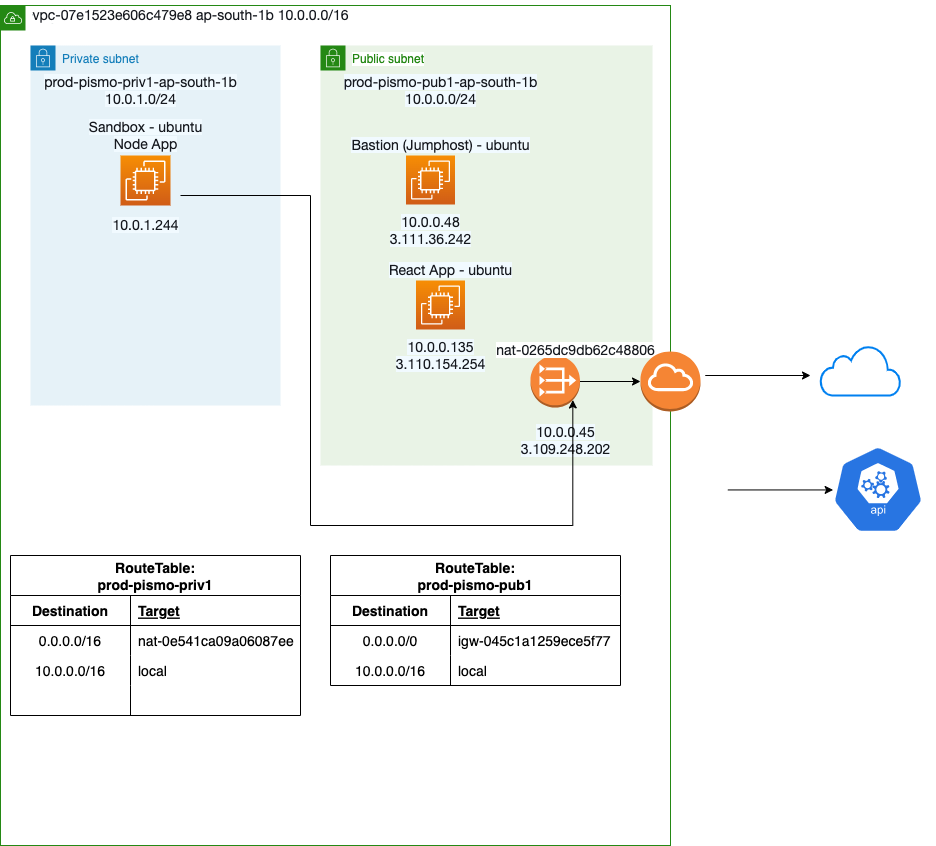
Above: New NAT - VPC 04072022.drawio.png in anilkumaran/aws-architecture-diagrams (draw.io), before the change. Source tidied: cells renumbered, new cells last; positions are measured from the earlier drawing's top-left corner, leaving out a move shared by most shapes.
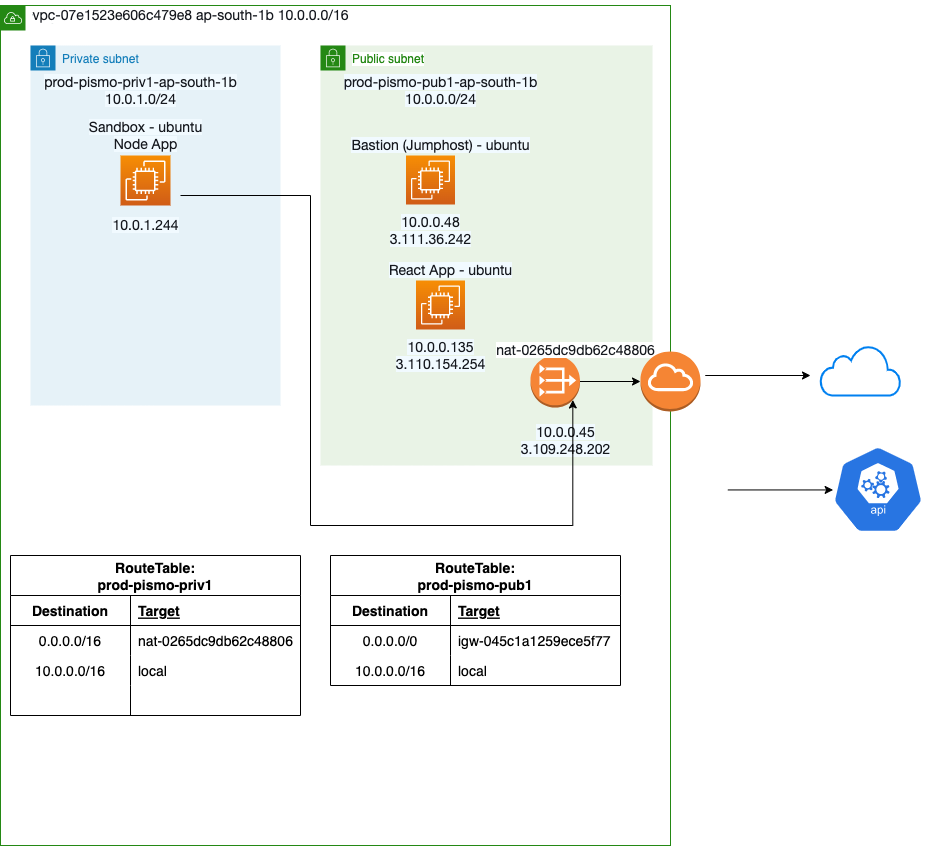
Above is the later version.

Change to the diagram source:
```diff
@@ -74,7 +74,7 @@
     <mxCell id="25" value="0.0.0.0/16" style="shape=partialRectangle;fillColor=none;top=0;left=0;bottom=0;right=0;overflow=hidden;fontSize=14;fontColor=#000000;" parent="24" vertex="1">
       <mxGeometry width="120" height="30" as="geometry" />
     </mxCell>
-    <mxCell id="26" value="nat-0e541ca09a06087ee" style="shape=partialRectangle;fillColor=none;top=0;left=0;bottom=0;right=0;align=left;spacingLeft=6;overflow=hidden;fontSize=14;fontColor=#000000;" parent="24" vertex="1">
+    <mxCell id="26" value="nat-0265dc9db62c48806" style="shape=partialRectangle;fillColor=none;top=0;left=0;bottom=0;right=0;align=left;spacingLeft=6;overflow=hidden;fontSize=14;fontColor=#000000;" parent="24" vertex="1">
       <mxGeometry x="120" width="170" height="30" as="geometry" />
     </mxCell>
     <mxCell id="27" style="shape=tableRow;horizontal=0;startSize=0;swimlaneHead=0;swimlaneBody=0;fillColor=none;top=0;left=0;right=0;bottom=0;fontSize=14;fontColor=#000000;" parent="20" vertex="1">
```
